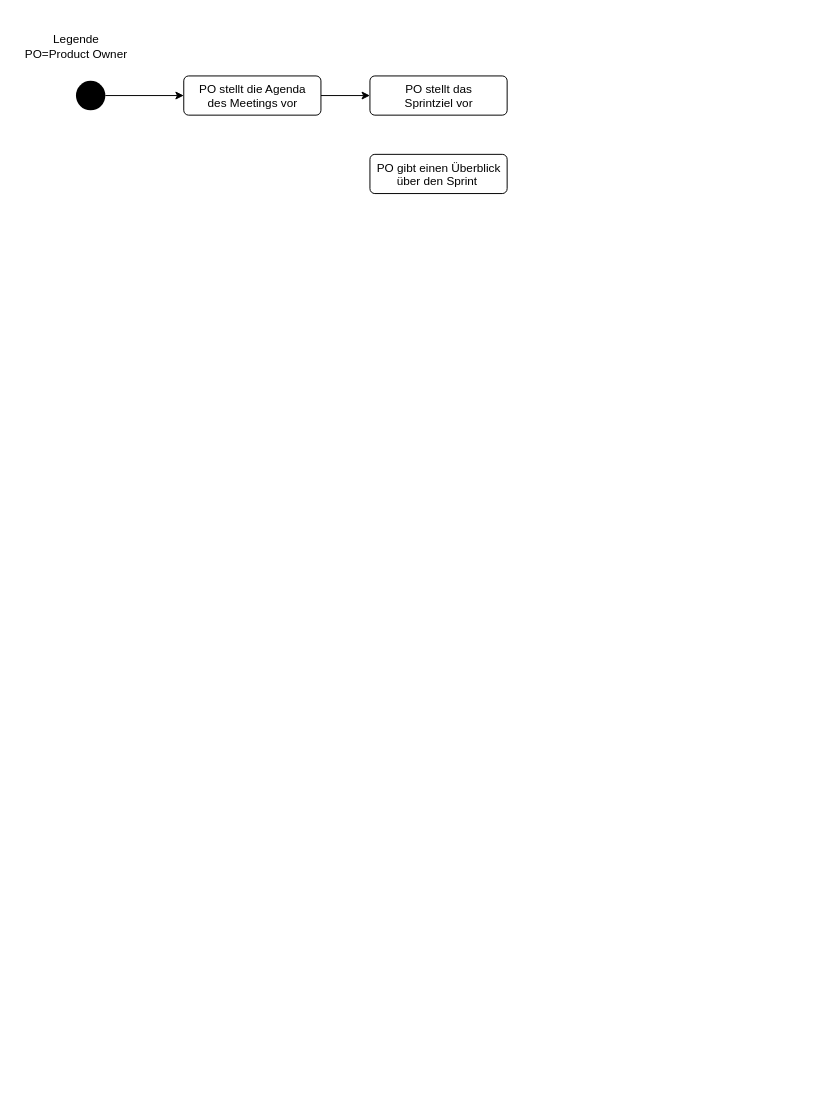
This is Übung3.drawio from dabels2s/studentOFHBRS, a draw.io file, before an edit. Source tidied: cells renumbered, new cells numbered last; positions are measured from the earlier drawing's top-left corner, leaving out a move shared by most shapes. Both pictures are drawn from the tidied source at 98%, with x=0, y=0 at pixel (17, 31).
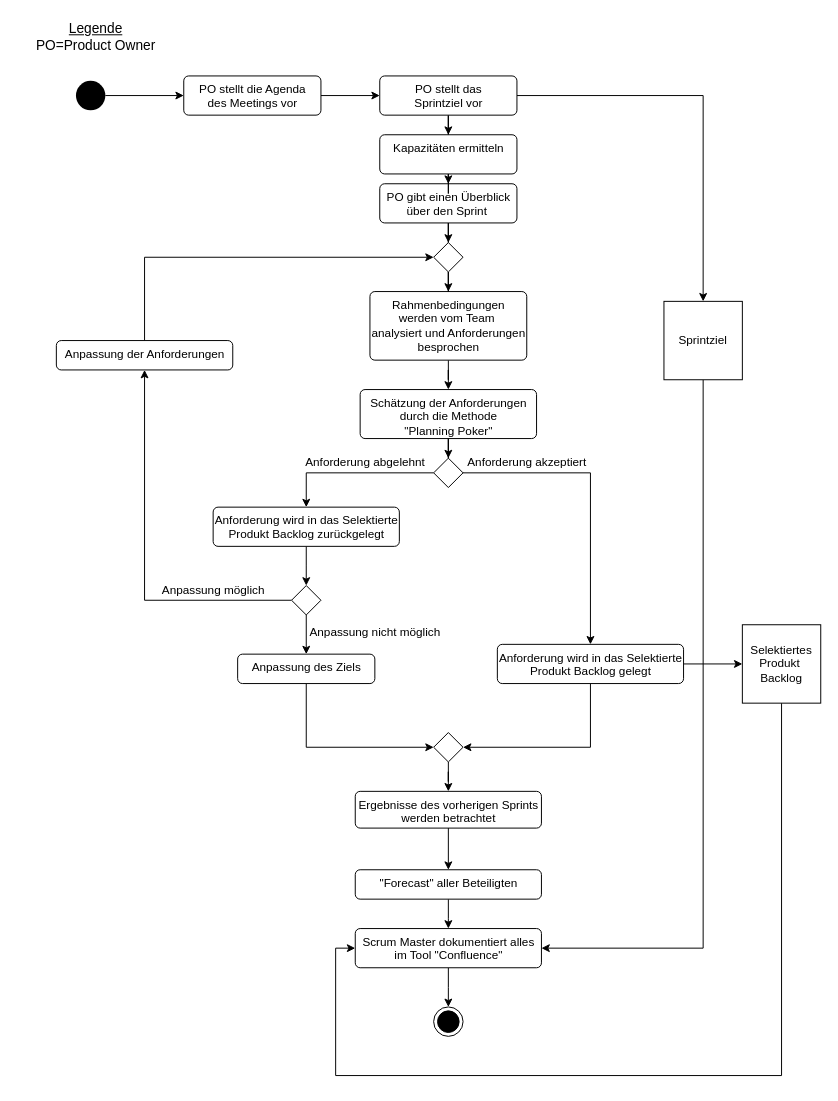
Above is the later version.

What changed in the source:
```diff
@@
-    <mxCell id="6" value="Legende&lt;br&gt;PO=Product Owner" style="text;html=1;align=center;verticalAlign=middle;" parent="1" vertex="1">
-      <mxGeometry width="120" height="30" as="geometry" />
+    <mxCell id="6" value="&lt;font style=&quot;font-size: 14px&quot;&gt;&lt;font style=&quot;font-size: 14px&quot;&gt;&lt;u&gt;Legende&lt;/u&gt;&lt;br&gt;PO=Product Owne&lt;/font&gt;r&lt;/font&gt;" style="text;html=1;align=center;verticalAlign=middle;" parent="1" vertex="1">
+      <mxGeometry x="10" y="-15" width="140" height="40" as="geometry" />
     </mxCell>
+    <mxCell id="9" style="edgeStyle=orthogonalEdgeStyle;rounded=0;jettySize=auto;html=1;" parent="1" edge="1" source="7" target="33">
+      <mxGeometry relative="1" as="geometry" />
+    </mxCell>
+    <mxCell id="10" style="edgeStyle=orthogonalEdgeStyle;rounded=0;jettySize=auto;html=1;entryX=0.5;entryY=0;entryDx=0;entryDy=0;" parent="1" edge="1" source="7" target="31">
+      <mxGeometry relative="1" as="geometry" />
+    </mxCell>
     <mxCell id="7" value="PO stellt das &lt;br&gt;Sprintziel vor" style="html=1;align=center;verticalAlign=top;rounded=1;absoluteArcSize=1;arcSize=10;dashed=0;" parent="1" vertex="1">
-      <mxGeometry x="360" y="45" width="140" height="40" as="geometry" />
+      <mxGeometry x="370" y="45" width="140" height="40" as="geometry" />
     </mxCell>
+    <mxCell id="11" style="edgeStyle=orthogonalEdgeStyle;rounded=0;jettySize=auto;html=1;entryX=0.5;entryY=0;entryDx=0;entryDy=0;" parent="1" edge="1" source="8" target="41">
+      <mxGeometry relative="1" as="geometry" />
+    </mxCell>
     <mxCell id="8" value="PO gibt einen Überblick&lt;br&gt;über den Sprint&amp;nbsp;" style="html=1;align=center;verticalAlign=top;rounded=1;absoluteArcSize=1;arcSize=10;dashed=0;" parent="1" vertex="1">
-      <mxGeometry x="360" y="125" width="140" height="40" as="geometry" />
+      <mxGeometry x="370" y="155" width="140" height="40" as="geometry" />
     </mxCell>
+    <mxCell id="12" style="edgeStyle=orthogonalEdgeStyle;rounded=0;jettySize=auto;html=1;" parent="1" edge="1" source="13" target="15">
+      <mxGeometry relative="1" as="geometry" />
+    </mxCell>
+    <mxCell id="13" value="Rahmenbedingungen&lt;br&gt;werden vom Team&amp;nbsp;&lt;br&gt;analysiert und Anforderungen&lt;br&gt;besprochen" style="html=1;align=center;verticalAlign=top;rounded=1;absoluteArcSize=1;arcSize=10;dashed=0;" parent="1" vertex="1">
+      <mxGeometry x="360" y="265" width="160" height="70" as="geometry" />
+    </mxCell>
+    <mxCell id="14" style="edgeStyle=orthogonalEdgeStyle;rounded=0;jettySize=auto;html=1;" parent="1" edge="1" source="15" target="18">
+      <mxGeometry relative="1" as="geometry" />
+    </mxCell>
+    <mxCell id="15" value="Schätzung der Anforderungen &lt;br&gt;durch die Methode&lt;br&gt;&quot;Planning Poker&quot;" style="html=1;align=center;verticalAlign=top;rounded=1;absoluteArcSize=1;arcSize=10;dashed=0;direction=west;" parent="1" vertex="1">
+      <mxGeometry x="350" y="365" width="180" height="50" as="geometry" />
+    </mxCell>
+    <mxCell id="16" style="edgeStyle=orthogonalEdgeStyle;rounded=0;jettySize=auto;html=1;exitX=0.833;exitY=0.5;exitDx=0;exitDy=0;exitPerimeter=0;entryX=0.5;entryY=0;entryDx=0;entryDy=0;" parent="1" edge="1" source="18" target="22">
+      <mxGeometry relative="1" as="geometry">
+        <Array as="points">
+          <mxPoint x="585" y="450" />
+        </Array>
+      </mxGeometry>
+    </mxCell>
+    <mxCell id="17" style="edgeStyle=orthogonalEdgeStyle;rounded=0;jettySize=auto;html=1;entryX=0.5;entryY=0;entryDx=0;entryDy=0;" parent="1" edge="1" source="18" target="24">
+      <mxGeometry relative="1" as="geometry" />
+    </mxCell>
+    <mxCell id="18" style="rhombus;" parent="1" vertex="1">
+      <mxGeometry x="425" y="435" width="30" height="30" as="geometry" />
+    </mxCell>
+    <mxCell id="19" value="Anforderung akzeptiert" style="text;html=1;align=center;verticalAlign=middle;" parent="1" vertex="1">
+      <mxGeometry x="450" y="430" width="140" height="20" as="geometry" />
+    </mxCell>
+    <mxCell id="20" style="edgeStyle=orthogonalEdgeStyle;rounded=0;jettySize=auto;html=1;entryX=1;entryY=0.5;entryDx=0;entryDy=0;" parent="1" edge="1" source="22" target="46">
+      <mxGeometry relative="1" as="geometry">
+        <Array as="points">
+          <mxPoint x="585" y="730" />
+        </Array>
+      </mxGeometry>
+    </mxCell>
+    <mxCell id="21" style="edgeStyle=orthogonalEdgeStyle;rounded=0;jettySize=auto;html=1;" parent="1" edge="1" source="22" target="51">
+      <mxGeometry relative="1" as="geometry" />
+    </mxCell>
+    <mxCell id="22" value="Anforderung wird in das Selektierte&lt;br&gt;Produkt Backlog gelegt" style="html=1;align=center;verticalAlign=top;rounded=1;absoluteArcSize=1;arcSize=10;dashed=0;" parent="1" vertex="1">
+      <mxGeometry x="490" y="625" width="190" height="40" as="geometry" />
+    </mxCell>
+    <mxCell id="23" style="edgeStyle=orthogonalEdgeStyle;rounded=0;jettySize=auto;html=1;" parent="1" edge="1" source="24">
+      <mxGeometry relative="1" as="geometry">
+        <mxPoint x="295" y="565" as="targetPoint" />
+      </mxGeometry>
+    </mxCell>
+    <mxCell id="24" value="Anforderung wird in das Selektierte&lt;br&gt;Produkt Backlog zurückgelegt" style="html=1;align=center;verticalAlign=top;rounded=1;absoluteArcSize=1;arcSize=10;dashed=0;" parent="1" vertex="1">
+      <mxGeometry x="200" y="485" width="190" height="40" as="geometry" />
+    </mxCell>
+    <mxCell id="25" value="Anforderung abgelehnt" style="text;html=1;align=center;verticalAlign=middle;" parent="1" vertex="1">
+      <mxGeometry x="285" y="430" width="140" height="20" as="geometry" />
+    </mxCell>
+    <mxCell id="26" style="edgeStyle=orthogonalEdgeStyle;rounded=0;jettySize=auto;html=1;" parent="1" edge="1" source="27">
+      <mxGeometry relative="1" as="geometry">
+        <mxPoint x="440" y="915" as="targetPoint" />
+      </mxGeometry>
+    </mxCell>
+    <mxCell id="27" value="&quot;Forecast&quot; aller Beteiligten" style="html=1;align=center;verticalAlign=top;rounded=1;absoluteArcSize=1;arcSize=10;dashed=0;" parent="1" vertex="1">
+      <mxGeometry x="345" y="855" width="190" height="30" as="geometry" />
+    </mxCell>
+    <mxCell id="28" style="edgeStyle=orthogonalEdgeStyle;rounded=0;jettySize=auto;html=1;" parent="1" edge="1" source="29" target="27">
+      <mxGeometry relative="1" as="geometry" />
+    </mxCell>
+    <mxCell id="29" value="Ergebnisse des vorherigen Sprints&lt;br&gt;werden betrachtet" style="html=1;align=center;verticalAlign=top;rounded=1;absoluteArcSize=1;arcSize=10;dashed=0;" parent="1" vertex="1">
+      <mxGeometry x="345" y="775" width="190" height="37.5" as="geometry" />
+    </mxCell>
+    <mxCell id="30" style="edgeStyle=orthogonalEdgeStyle;rounded=0;jettySize=auto;html=1;entryX=1;entryY=0.5;entryDx=0;entryDy=0;" parent="1" edge="1" source="31" target="48">
+      <mxGeometry relative="1" as="geometry">
+        <Array as="points">
+          <mxPoint x="700" y="935" />
+        </Array>
+      </mxGeometry>
+    </mxCell>
+    <mxCell id="31" value="Sprintziel" style="whiteSpace=wrap;html=1;" parent="1" vertex="1">
+      <mxGeometry x="660" y="275" width="80" height="80" as="geometry" />
+    </mxCell>
+    <mxCell id="32" style="edgeStyle=orthogonalEdgeStyle;rounded=0;jettySize=auto;html=1;" parent="1" edge="1" source="33" target="8">
+      <mxGeometry relative="1" as="geometry" />
+    </mxCell>
+    <mxCell id="33" value="Kapazitäten ermitteln" style="html=1;align=center;verticalAlign=top;rounded=1;absoluteArcSize=1;arcSize=10;dashed=0;" parent="1" vertex="1">
+      <mxGeometry x="370" y="105" width="140" height="40" as="geometry" />
+    </mxCell>
+    <mxCell id="34" style="edgeStyle=orthogonalEdgeStyle;rounded=0;jettySize=auto;html=1;" parent="1" edge="1" source="36" target="38">
+      <mxGeometry relative="1" as="geometry" />
+    </mxCell>
+    <mxCell id="35" style="edgeStyle=orthogonalEdgeStyle;rounded=0;jettySize=auto;html=1;entryX=0.5;entryY=1;entryDx=0;entryDy=0;" parent="1" edge="1" source="36" target="44">
+      <mxGeometry relative="1" as="geometry" />
+    </mxCell>
+    <mxCell id="36" style="rhombus;" parent="1" vertex="1">
+      <mxGeometry x="280" y="565" width="30" height="30" as="geometry" />
+    </mxCell>
+    <mxCell id="37" style="edgeStyle=orthogonalEdgeStyle;rounded=0;jettySize=auto;html=1;entryX=0;entryY=0.5;entryDx=0;entryDy=0;" parent="1" edge="1" source="38" target="46">
+      <mxGeometry relative="1" as="geometry">
+        <Array as="points">
+          <mxPoint x="295" y="730" />
+        </Array>
+      </mxGeometry>
+    </mxCell>
+    <mxCell id="38" value="Anpassung des Ziels" style="html=1;align=center;verticalAlign=top;rounded=1;absoluteArcSize=1;arcSize=10;dashed=0;" parent="1" vertex="1">
+      <mxGeometry x="225" y="635" width="140" height="30" as="geometry" />
+    </mxCell>
+    <mxCell id="39" value="Anpassung nicht möglich" style="text;html=1;align=center;verticalAlign=middle;" parent="1" vertex="1">
+      <mxGeometry x="290" y="602.5" width="150" height="20" as="geometry" />
+    </mxCell>
+    <mxCell id="40" style="edgeStyle=orthogonalEdgeStyle;rounded=0;jettySize=auto;html=1;entryX=0.5;entryY=0;entryDx=0;entryDy=0;" parent="1" edge="1" source="41" target="13">
+      <mxGeometry relative="1" as="geometry" />
+    </mxCell>
+    <mxCell id="41" style="rhombus;" parent="1" vertex="1">
+      <mxGeometry x="425" y="215" width="30" height="30" as="geometry" />
+    </mxCell>
+    <mxCell id="42" value="Anpassung möglich" style="text;html=1;align=center;verticalAlign=middle;" parent="1" vertex="1">
+      <mxGeometry x="140" y="560" width="120" height="20" as="geometry" />
+    </mxCell>
+    <mxCell id="43" style="edgeStyle=orthogonalEdgeStyle;rounded=0;jettySize=auto;html=1;entryX=0;entryY=0.5;entryDx=0;entryDy=0;" parent="1" edge="1" source="44" target="41">
+      <mxGeometry relative="1" as="geometry">
+        <Array as="points">
+          <mxPoint x="130" y="230" />
+        </Array>
+      </mxGeometry>
+    </mxCell>
+    <mxCell id="44" value="Anpassung der Anforderungen" style="html=1;align=center;verticalAlign=top;rounded=1;absoluteArcSize=1;arcSize=10;dashed=0;" parent="1" vertex="1">
+      <mxGeometry x="40" y="315" width="180" height="30" as="geometry" />
+    </mxCell>
+    <mxCell id="45" style="edgeStyle=orthogonalEdgeStyle;rounded=0;jettySize=auto;html=1;" parent="1" edge="1" source="46" target="29">
+      <mxGeometry relative="1" as="geometry" />
+    </mxCell>
+    <mxCell id="46" style="rhombus;whiteSpace=wrap;html=1;" parent="1" vertex="1">
+      <mxGeometry x="425" y="715" width="30" height="30" as="geometry" />
+    </mxCell>
+    <mxCell id="47" style="edgeStyle=orthogonalEdgeStyle;rounded=0;jettySize=auto;html=1;" parent="1" edge="1" source="48">
+      <mxGeometry relative="1" as="geometry">
+        <mxPoint x="440" y="995" as="targetPoint" />
+      </mxGeometry>
+    </mxCell>
+    <mxCell id="48" value="Scrum Master dokumentiert alles &lt;br&gt;im Tool &quot;Confluence&quot;" style="html=1;align=center;verticalAlign=top;rounded=1;absoluteArcSize=1;arcSize=10;dashed=0;" parent="1" vertex="1">
+      <mxGeometry x="345" y="915" width="190" height="40" as="geometry" />
+    </mxCell>
+    <mxCell id="49" style="ellipse;html=1;shape=endState;fillColor=#000000;strokeColor=#000000;" parent="1" vertex="1">
+      <mxGeometry x="425" y="995" width="30" height="30" as="geometry" />
+    </mxCell>
+    <mxCell id="50" style="edgeStyle=orthogonalEdgeStyle;rounded=0;jettySize=auto;html=1;entryX=0;entryY=0.5;entryDx=0;entryDy=0;" parent="1" edge="1" source="51" target="48">
+      <mxGeometry relative="1" as="geometry">
+        <Array as="points">
+          <mxPoint x="780" y="1065" />
+          <mxPoint x="325" y="1065" />
+          <mxPoint x="325" y="935" />
+        </Array>
+      </mxGeometry>
+    </mxCell>
+    <mxCell id="51" value="Selektiertes Produkt&amp;nbsp; Backlog" style="whiteSpace=wrap;html=1;" parent="1" vertex="1">
+      <mxGeometry x="740" y="605" width="80" height="80" as="geometry" />
+    </mxCell>
```
